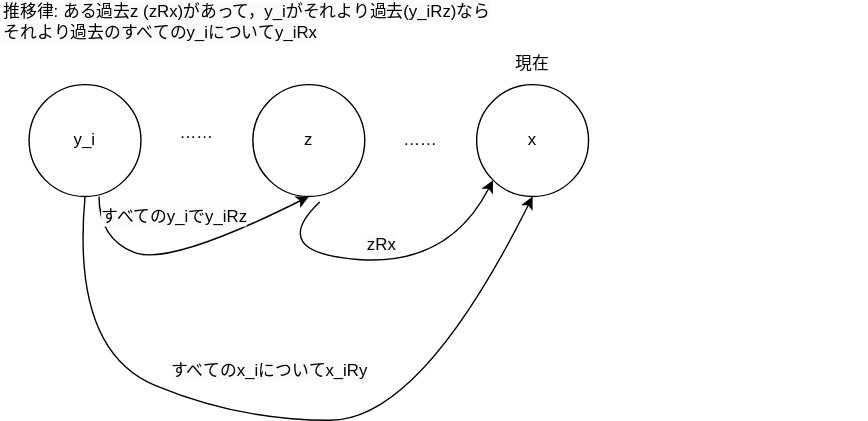
Above: I-4-補足図1.drawio.svg in flashingwind/philomath (draw.io), before the change. Source tidied: cells renumbered, new cells last; positions are measured from the earlier drawing's top-left corner, leaving out a move shared by most shapes.
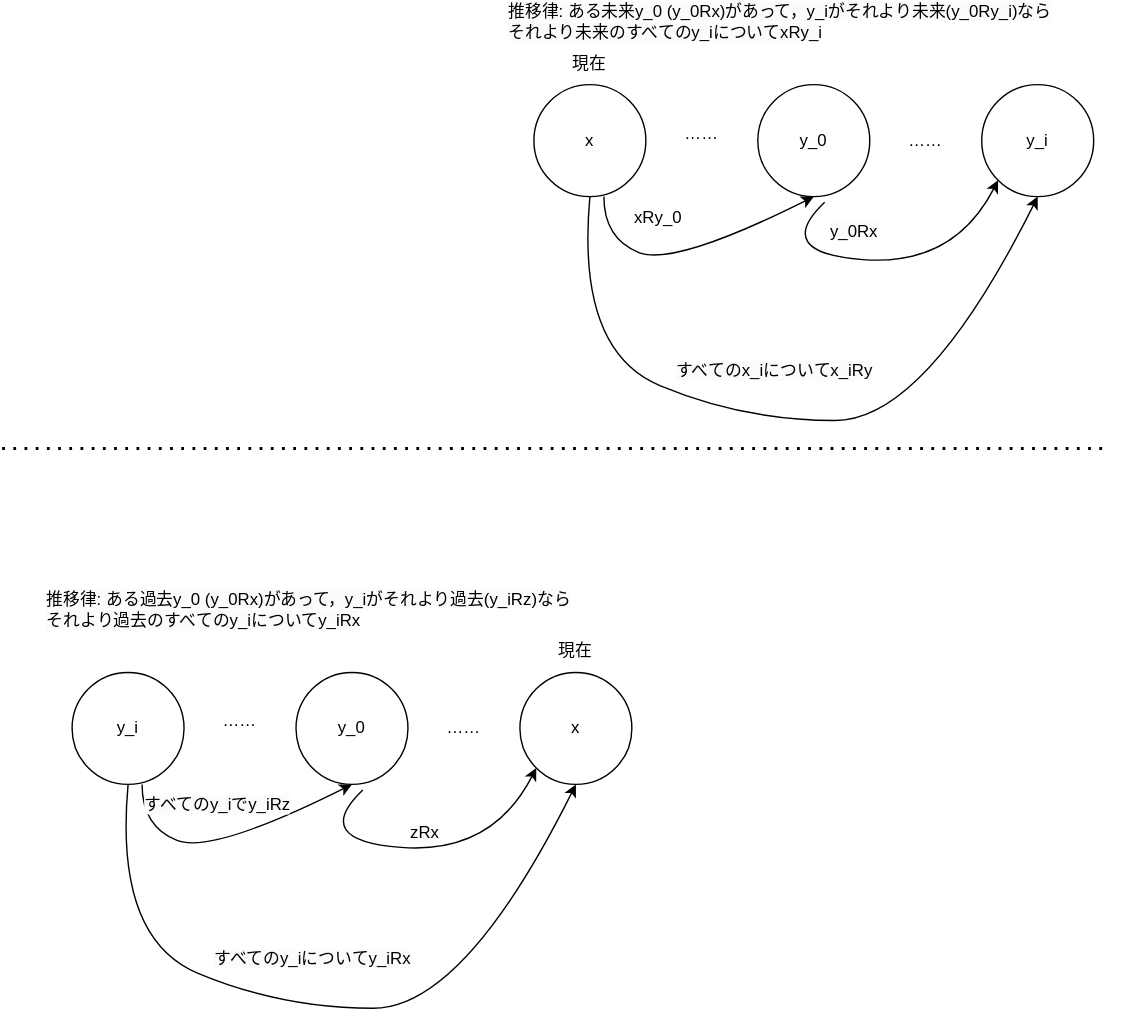
Above is the later version.

The edit, as a diff of the source:
```diff
@@ -14,13 +14,13 @@
     <mxCell id="5" style="ellipse;whiteSpace=wrap;html=1;" parent="1" vertex="1">
       <mxGeometry x="340" y="60" width="80" height="80" as="geometry" />
     </mxCell>
-    <mxCell id="6" value="&lt;span style=&quot;color: rgb(0, 0, 0); font-family: Helvetica; font-size: 12px; font-style: normal; font-variant-ligatures: normal; font-variant-caps: normal; font-weight: 400; letter-spacing: normal; orphans: 2; text-align: left; text-indent: 0px; text-transform: none; widows: 2; word-spacing: 0px; -webkit-text-stroke-width: 0px; background-color: rgb(251, 251, 251); text-decoration-thickness: initial; text-decoration-style: initial; text-decoration-color: initial; float: none; display: inline !important;&quot;&gt;推移律: ある過去z (zRx)があって，y_iがそれより過去(y_iRz)なら&lt;/span&gt;&lt;br style=&quot;border-color: var(--border-color); color: rgb(0, 0, 0); font-family: Helvetica; font-size: 12px; font-style: normal; font-variant-ligatures: normal; font-variant-caps: normal; font-weight: 400; letter-spacing: normal; orphans: 2; text-align: left; text-indent: 0px; text-transform: none; widows: 2; word-spacing: 0px; -webkit-text-stroke-width: 0px; background-color: rgb(251, 251, 251); text-decoration-thickness: initial; text-decoration-style: initial; text-decoration-color: initial;&quot;&gt;&lt;span style=&quot;color: rgb(0, 0, 0); font-family: Helvetica; font-size: 12px; font-style: normal; font-variant-ligatures: normal; font-variant-caps: normal; font-weight: 400; letter-spacing: normal; orphans: 2; text-align: left; text-indent: 0px; text-transform: none; widows: 2; word-spacing: 0px; -webkit-text-stroke-width: 0px; background-color: rgb(251, 251, 251); text-decoration-thickness: initial; text-decoration-style: initial; text-decoration-color: initial; float: none; display: inline !important;&quot;&gt;それより過去のすべてのy_iについてy_iRx&lt;/span&gt;" style="text;html=1;strokeColor=none;fillColor=none;align=left;verticalAlign=middle;whiteSpace=wrap;rounded=0;" parent="1" vertex="1">
-      <mxGeometry width="360" height="30" as="geometry" />
+    <mxCell id="6" value="&lt;span style=&quot;color: rgb(0, 0, 0); font-family: Helvetica; font-size: 12px; font-style: normal; font-variant-ligatures: normal; font-variant-caps: normal; font-weight: 400; letter-spacing: normal; orphans: 2; text-align: left; text-indent: 0px; text-transform: none; widows: 2; word-spacing: 0px; -webkit-text-stroke-width: 0px; background-color: rgb(251, 251, 251); text-decoration-thickness: initial; text-decoration-style: initial; text-decoration-color: initial; float: none; display: inline !important;&quot;&gt;推移律: ある過去y_0 (y_0Rx)があって，y_iがそれより過去(y_iRz)なら&lt;/span&gt;&lt;br style=&quot;border-color: var(--border-color); color: rgb(0, 0, 0); font-family: Helvetica; font-size: 12px; font-style: normal; font-variant-ligatures: normal; font-variant-caps: normal; font-weight: 400; letter-spacing: normal; orphans: 2; text-align: left; text-indent: 0px; text-transform: none; widows: 2; word-spacing: 0px; -webkit-text-stroke-width: 0px; background-color: rgb(251, 251, 251); text-decoration-thickness: initial; text-decoration-style: initial; text-decoration-color: initial;&quot;&gt;&lt;span style=&quot;color: rgb(0, 0, 0); font-family: Helvetica; font-size: 12px; font-style: normal; font-variant-ligatures: normal; font-variant-caps: normal; font-weight: 400; letter-spacing: normal; orphans: 2; text-align: left; text-indent: 0px; text-transform: none; widows: 2; word-spacing: 0px; -webkit-text-stroke-width: 0px; background-color: rgb(251, 251, 251); text-decoration-thickness: initial; text-decoration-style: initial; text-decoration-color: initial; float: none; display: inline !important;&quot;&gt;それより過去のすべてのy_iについてy_iRx&lt;/span&gt;" style="text;html=1;strokeColor=none;fillColor=none;align=left;verticalAlign=middle;whiteSpace=wrap;rounded=0;" parent="1" vertex="1">
+      <mxGeometry width="410" height="30" as="geometry" />
     </mxCell>
     <mxCell id="7" value="y_i" style="text;html=1;strokeColor=none;fillColor=none;align=center;verticalAlign=middle;whiteSpace=wrap;rounded=0;" parent="1" vertex="1">
       <mxGeometry x="30" y="85" width="60" height="30" as="geometry" />
     </mxCell>
-    <mxCell id="8" value="z" style="text;html=1;strokeColor=none;fillColor=none;align=center;verticalAlign=middle;whiteSpace=wrap;rounded=0;" parent="1" vertex="1">
+    <mxCell id="8" value="y_0" style="text;html=1;strokeColor=none;fillColor=none;align=center;verticalAlign=middle;whiteSpace=wrap;rounded=0;" parent="1" vertex="1">
       <mxGeometry x="190" y="85" width="60" height="30" as="geometry" />
     </mxCell>
     <mxCell id="9" value="x" style="text;html=1;strokeColor=none;fillColor=none;align=center;verticalAlign=middle;whiteSpace=wrap;rounded=0;" parent="1" vertex="1">
@@ -59,13 +59,84 @@
       <mxGeometry x="350" y="30" width="60" height="30" as="geometry" />
     </mxCell>
     <mxCell id="15" value="&lt;span style=&quot;color: rgb(0, 0, 0); font-family: Helvetica; font-size: 12px; font-style: normal; font-variant-ligatures: normal; font-variant-caps: normal; font-weight: 400; letter-spacing: normal; orphans: 2; text-align: left; text-indent: 0px; text-transform: none; widows: 2; word-spacing: 0px; -webkit-text-stroke-width: 0px; background-color: rgb(251, 251, 251); text-decoration-thickness: initial; text-decoration-style: initial; text-decoration-color: initial; float: none; display: inline !important;&quot;&gt;zRx&lt;/span&gt;" style="text;html=1;strokeColor=none;fillColor=none;align=left;verticalAlign=middle;whiteSpace=wrap;rounded=0;" parent="1" vertex="1">
-      <mxGeometry x="260" y="160" width="360" height="30" as="geometry" />
+      <mxGeometry x="260" y="160" width="100" height="30" as="geometry" />
     </mxCell>
     <mxCell id="16" value="&lt;span style=&quot;color: rgb(0, 0, 0); font-family: Helvetica; font-size: 12px; font-style: normal; font-variant-ligatures: normal; font-variant-caps: normal; font-weight: 400; letter-spacing: normal; orphans: 2; text-align: left; text-indent: 0px; text-transform: none; widows: 2; word-spacing: 0px; -webkit-text-stroke-width: 0px; background-color: rgb(251, 251, 251); text-decoration-thickness: initial; text-decoration-style: initial; text-decoration-color: initial; float: none; display: inline !important;&quot;&gt;すべてのy_iでy_iRz&lt;/span&gt;" style="text;html=1;strokeColor=none;fillColor=none;align=left;verticalAlign=middle;whiteSpace=wrap;rounded=0;" parent="1" vertex="1">
       <mxGeometry x="70" y="140" width="360" height="30" as="geometry" />
     </mxCell>
-    <mxCell id="17" value="&lt;span style=&quot;color: rgb(0, 0, 0); font-family: Helvetica; font-size: 12px; font-style: normal; font-variant-ligatures: normal; font-variant-caps: normal; font-weight: 400; letter-spacing: normal; orphans: 2; text-align: left; text-indent: 0px; text-transform: none; widows: 2; word-spacing: 0px; -webkit-text-stroke-width: 0px; background-color: rgb(251, 251, 251); text-decoration-thickness: initial; text-decoration-style: initial; text-decoration-color: initial; float: none; display: inline !important;&quot;&gt;すべてのx_iについてx_iRy&lt;/span&gt;" style="text;html=1;strokeColor=none;fillColor=none;align=left;verticalAlign=middle;whiteSpace=wrap;rounded=0;" parent="1" vertex="1">
-      <mxGeometry x="120" y="250" width="360" height="30" as="geometry" />
+    <mxCell id="17" value="&lt;span style=&quot;color: rgb(0, 0, 0); font-family: Helvetica; font-size: 12px; font-style: normal; font-variant-ligatures: normal; font-variant-caps: normal; font-weight: 400; letter-spacing: normal; orphans: 2; text-align: left; text-indent: 0px; text-transform: none; widows: 2; word-spacing: 0px; -webkit-text-stroke-width: 0px; background-color: rgb(251, 251, 251); text-decoration-thickness: initial; text-decoration-style: initial; text-decoration-color: initial; float: none; display: inline !important;&quot;&gt;すべてのy_iについてy_iRx&lt;/span&gt;" style="text;html=1;strokeColor=none;fillColor=none;align=left;verticalAlign=middle;whiteSpace=wrap;rounded=0;" parent="1" vertex="1">
+      <mxGeometry x="120" y="250" width="160" height="30" as="geometry" />
     </mxCell>
+    <mxCell id="18" style="ellipse;whiteSpace=wrap;html=1;" parent="1" vertex="1">
+      <mxGeometry x="350" y="-360" width="80" height="80" as="geometry" />
+    </mxCell>
+    <mxCell id="19" style="ellipse;whiteSpace=wrap;html=1;" parent="1" vertex="1">
+      <mxGeometry x="510" y="-360" width="80" height="80" as="geometry" />
+    </mxCell>
+    <mxCell id="20" value="……" style="text;html=1;strokeColor=none;fillColor=none;align=center;verticalAlign=middle;whiteSpace=wrap;rounded=0;" parent="1" vertex="1">
+      <mxGeometry x="600" y="-335" width="60" height="30" as="geometry" />
+    </mxCell>
+    <mxCell id="21" style="ellipse;whiteSpace=wrap;html=1;" parent="1" vertex="1">
+      <mxGeometry x="670" y="-360" width="80" height="80" as="geometry" />
+    </mxCell>
+    <mxCell id="22" value="&lt;span style=&quot;color: rgb(0, 0, 0); font-family: Helvetica; font-size: 12px; font-style: normal; font-variant-ligatures: normal; font-variant-caps: normal; font-weight: 400; letter-spacing: normal; orphans: 2; text-align: left; text-indent: 0px; text-transform: none; widows: 2; word-spacing: 0px; -webkit-text-stroke-width: 0px; background-color: rgb(251, 251, 251); text-decoration-thickness: initial; text-decoration-style: initial; text-decoration-color: initial; float: none; display: inline !important;&quot;&gt;推移律: ある未来y_0 (y_0Rx)があって，y_iがそれより未来(y_0Ry_i)なら&lt;/span&gt;&lt;br style=&quot;border-color: var(--border-color); color: rgb(0, 0, 0); font-family: Helvetica; font-size: 12px; font-style: normal; font-variant-ligatures: normal; font-variant-caps: normal; font-weight: 400; letter-spacing: normal; orphans: 2; text-align: left; text-indent: 0px; text-transform: none; widows: 2; word-spacing: 0px; -webkit-text-stroke-width: 0px; background-color: rgb(251, 251, 251); text-decoration-thickness: initial; text-decoration-style: initial; text-decoration-color: initial;&quot;&gt;&lt;span style=&quot;color: rgb(0, 0, 0); font-family: Helvetica; font-size: 12px; font-style: normal; font-variant-ligatures: normal; font-variant-caps: normal; font-weight: 400; letter-spacing: normal; orphans: 2; text-align: left; text-indent: 0px; text-transform: none; widows: 2; word-spacing: 0px; -webkit-text-stroke-width: 0px; background-color: rgb(251, 251, 251); text-decoration-thickness: initial; text-decoration-style: initial; text-decoration-color: initial; float: none; display: inline !important;&quot;&gt;それより未来のすべてのy_iについてxRy_i&lt;/span&gt;" style="text;html=1;strokeColor=none;fillColor=none;align=left;verticalAlign=middle;whiteSpace=wrap;rounded=0;" parent="1" vertex="1">
+      <mxGeometry x="330" y="-420" width="440" height="30" as="geometry" />
+    </mxCell>
+    <mxCell id="23" value="x" style="text;html=1;strokeColor=none;fillColor=none;align=center;verticalAlign=middle;whiteSpace=wrap;rounded=0;" parent="1" vertex="1">
+      <mxGeometry x="360" y="-335" width="60" height="30" as="geometry" />
+    </mxCell>
+    <mxCell id="24" value="y_0" style="text;html=1;strokeColor=none;fillColor=none;align=center;verticalAlign=middle;whiteSpace=wrap;rounded=0;" parent="1" vertex="1">
+      <mxGeometry x="520" y="-335" width="60" height="30" as="geometry" />
+    </mxCell>
+    <mxCell id="25" value="y_i" style="text;html=1;strokeColor=none;fillColor=none;align=center;verticalAlign=middle;whiteSpace=wrap;rounded=0;" parent="1" vertex="1">
+      <mxGeometry x="680" y="-335" width="60" height="30" as="geometry" />
+    </mxCell>
+    <mxCell id="26" style="curved=1;endArrow=classic;html=1;rounded=0;exitX=0.5;exitY=1;exitDx=0;exitDy=0;entryX=0.5;entryY=1;entryDx=0;entryDy=0;" parent="1" edge="1" source="18" target="21">
+      <mxGeometry relative="1" as="geometry">
+        <Array as="points">
+          <mxPoint x="380" y="-170" />
+          <mxPoint x="500" y="-120" />
+          <mxPoint x="630" y="-120" />
+        </Array>
+      </mxGeometry>
+    </mxCell>
+    <mxCell id="27" value="……" style="text;html=1;strokeColor=none;fillColor=none;align=center;verticalAlign=middle;whiteSpace=wrap;rounded=0;" parent="1" vertex="1">
+      <mxGeometry x="440" y="-340" width="60" height="30" as="geometry" />
+    </mxCell>
+    <mxCell id="28" style="curved=1;endArrow=classic;html=1;rounded=0;entryX=0.5;entryY=1;entryDx=0;entryDy=0;" parent="1" edge="1" target="19">
+      <mxGeometry relative="1" as="geometry">
+        <mxPoint x="400" y="-280" as="sourcePoint" />
+        <Array as="points">
+          <mxPoint x="400" y="-250" />
+          <mxPoint x="450" y="-230" />
+        </Array>
+      </mxGeometry>
+    </mxCell>
+    <mxCell id="29" style="curved=1;endArrow=classic;html=1;rounded=0;exitX=0.597;exitY=1.05;exitDx=0;exitDy=0;exitPerimeter=0;entryX=0;entryY=1;entryDx=0;entryDy=0;" parent="1" edge="1" source="19" target="21">
+      <mxGeometry relative="1" as="geometry">
+        <Array as="points">
+          <mxPoint x="520" y="-240" />
+          <mxPoint x="650" y="-230" />
+        </Array>
+      </mxGeometry>
+    </mxCell>
+    <mxCell id="30" value="現在" style="text;html=1;strokeColor=none;fillColor=none;align=center;verticalAlign=middle;whiteSpace=wrap;rounded=0;" parent="1" vertex="1">
+      <mxGeometry x="360" y="-390" width="60" height="30" as="geometry" />
+    </mxCell>
+    <mxCell id="31" value="&lt;span style=&quot;color: rgb(0, 0, 0); font-family: Helvetica; font-size: 12px; font-style: normal; font-variant-ligatures: normal; font-variant-caps: normal; font-weight: 400; letter-spacing: normal; orphans: 2; text-align: left; text-indent: 0px; text-transform: none; widows: 2; word-spacing: 0px; -webkit-text-stroke-width: 0px; background-color: rgb(251, 251, 251); text-decoration-thickness: initial; text-decoration-style: initial; text-decoration-color: initial; float: none; display: inline !important;&quot;&gt;y_0Rx&lt;/span&gt;" style="text;html=1;strokeColor=none;fillColor=none;align=left;verticalAlign=middle;whiteSpace=wrap;rounded=0;" parent="1" vertex="1">
+      <mxGeometry x="560" y="-270" width="100" height="30" as="geometry" />
+    </mxCell>
+    <mxCell id="32" value="xRy_0" style="text;html=1;strokeColor=none;fillColor=none;align=left;verticalAlign=middle;whiteSpace=wrap;rounded=0;" parent="1" vertex="1">
+      <mxGeometry x="420" y="-280" width="90" height="30" as="geometry" />
+    </mxCell>
+    <mxCell id="33" value="&lt;span style=&quot;color: rgb(0, 0, 0); font-family: Helvetica; font-size: 12px; font-style: normal; font-variant-ligatures: normal; font-variant-caps: normal; font-weight: 400; letter-spacing: normal; orphans: 2; text-align: left; text-indent: 0px; text-transform: none; widows: 2; word-spacing: 0px; -webkit-text-stroke-width: 0px; background-color: rgb(251, 251, 251); text-decoration-thickness: initial; text-decoration-style: initial; text-decoration-color: initial; float: none; display: inline !important;&quot;&gt;すべてのx_iについてx_iRy&lt;/span&gt;" style="text;html=1;strokeColor=none;fillColor=none;align=left;verticalAlign=middle;whiteSpace=wrap;rounded=0;" parent="1" vertex="1">
+      <mxGeometry x="450" y="-170" width="160" height="30" as="geometry" />
+    </mxCell>
+    <mxCell id="34" style="endArrow=none;dashed=1;html=1;dashPattern=1 3;strokeWidth=2;rounded=0;" parent="1" edge="1">
+      <mxGeometry relative="1" as="geometry">
+        <mxPoint x="-30" y="-100" as="sourcePoint" />
+        <mxPoint x="760" y="-100" as="targetPoint" />
+      </mxGeometry>
+    </mxCell>
   </root>
 </mxGraphModel>
```
